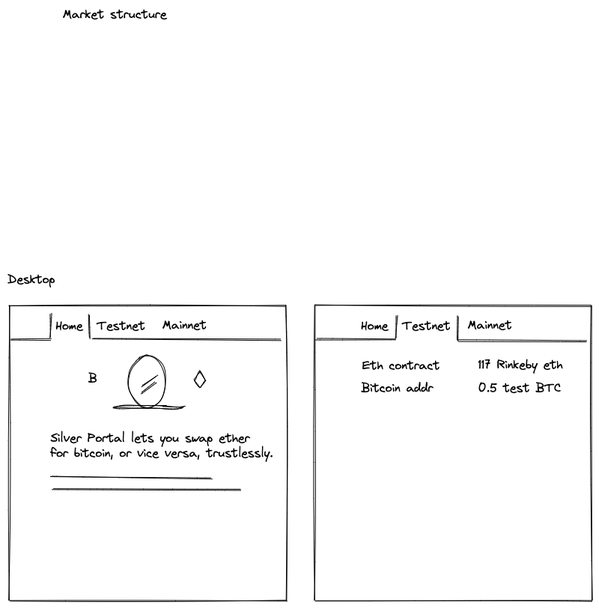
Before: packages/portal-web/www/sketch/wireframes.excalidraw.png, a diagram exported from Excalidraw (dcposch/silverportal). Source tidied: one line per element, renumbered; positions are measured from the earlier drawing's top-left corner, leaving out a move shared by most shapes.
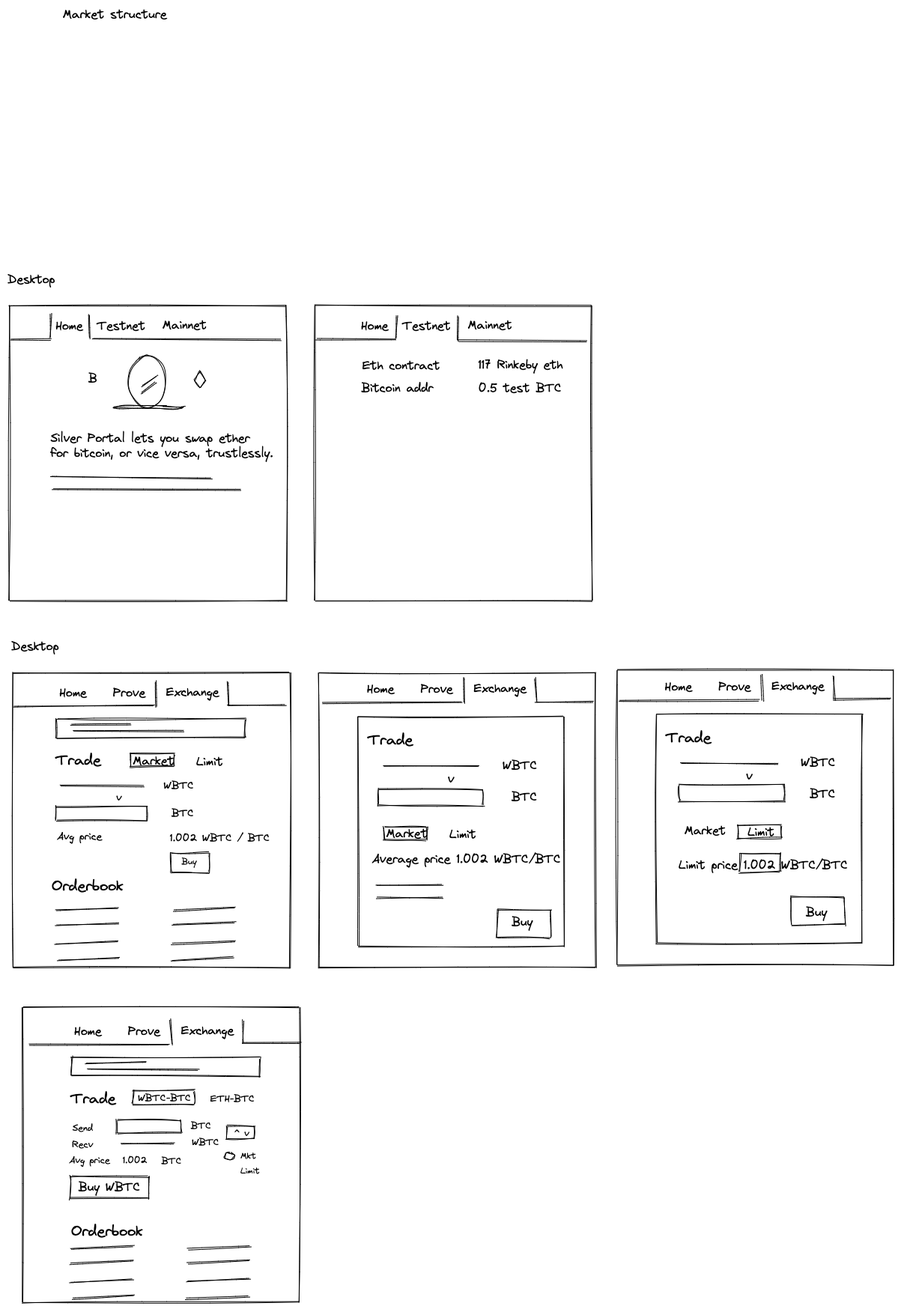
The same file after the commit.

Diff of the diagram source:
```diff
@@ -29,3 +29,122 @@
 {"id": 28, "type": "text", "text": "Bitcoin addr", "strokeColor": "#000000", "strokeWidth": 1, "roughness": 1, "fontSize": 16, "fontFamily": 1, "x": 473, "y": 499, "width": 97, "height": 20}
 {"id": 29, "type": "text", "text": "0.5 test BTC", "strokeColor": "#000000", "strokeWidth": 1, "roughness": 1, "fontSize": 16, "fontFamily": 1, "x": 629, "y": 499, "width": 113, "height": 20}
 {"id": 30, "type": "text", "text": "Market structure", "strokeColor": "#000000", "strokeWidth": 1, "roughness": 1, "fontSize": 16, "fontFamily": 1, "x": 74, "y": 0, "width": 140, "height": 20}
+{"id": 31, "type": "rectangle", "strokeColor": "#000000", "strokeWidth": 1, "roughness": 1, "x": 8, "y": 888, "width": 370, "height": 394}
+{"id": 32, "type": "text", "text": "Desktop", "strokeColor": "#000000", "strokeWidth": 1, "roughness": 1, "fontSize": 16, "fontFamily": 1, "x": 5, "y": 844, "width": 65, "height": 20}
+{"id": 33, "type": "text", "text": "Home", "strokeColor": "#000000", "strokeWidth": 1, "roughness": 1, "fontSize": 16, "fontFamily": 1, "x": 69, "y": 906, "width": 38, "height": 20}
+{"id": 34, "type": "text", "text": "Prove", "strokeColor": "#000000", "strokeWidth": 1, "roughness": 1, "fontSize": 16, "fontFamily": 1, "x": 141, "y": 906, "width": 45, "height": 20}
+{"id": 35, "type": "text", "text": "Exchange", "strokeColor": "#000000", "strokeWidth": 1, "roughness": 1, "fontSize": 16, "fontFamily": 1, "x": 212, "y": 905, "width": 72, "height": 20}
+{"id": 36, "type": "line", "strokeColor": "#000000", "strokeWidth": 1, "roughness": 1, "x": 294, "y": 901, "width": 1, "height": 32, "points": [[0, 0], [1, 32]]}
+{"id": 37, "type": "line", "strokeColor": "#000000", "strokeWidth": 1, "roughness": 1, "x": 294, "y": 932, "width": 77, "height": 1, "points": [[0, 0], [77, -1]]}
+{"id": 38, "type": "line", "strokeColor": "#000000", "strokeWidth": 1, "roughness": 1, "x": 198, "y": 899, "width": 1, "height": 34, "points": [[0, 0], [1, 34]]}
+{"id": 39, "type": "line", "strokeColor": "#000000", "strokeWidth": 1, "roughness": 1, "x": 196, "y": 933, "width": 187, "height": 1, "points": [[0, 0], [-187, 1]]}
+{"id": 40, "type": "rectangle", "strokeColor": "#000000", "strokeWidth": 1, "roughness": 1, "x": 415, "y": 888, "width": 370, "height": 394}
+{"id": 41, "type": "text", "text": "Trade", "strokeColor": "#000000", "strokeWidth": 1, "roughness": 1, "fontSize": 20, "fontFamily": 1, "x": 65, "y": 993, "width": 62, "height": 25}
+{"id": 42, "type": "text", "text": "Orderbook", "strokeColor": "#000000", "strokeWidth": 1, "roughness": 1, "fontSize": 20, "fontFamily": 1, "x": 59, "y": 1161, "width": 97, "height": 25}
+{"id": 43, "type": "line", "strokeColor": "#000000", "strokeWidth": 1, "roughness": 1, "x": 65, "y": 1206, "width": 84, "height": 4, "points": [[0, 0], [84, -4]]}
+{"id": 44, "type": "line", "strokeColor": "#000000", "strokeWidth": 1, "roughness": 1, "x": 64, "y": 1226, "width": 84, "height": 4, "points": [[0, 0], [84, -4]]}
+{"id": 45, "type": "line", "strokeColor": "#000000", "strokeWidth": 1, "roughness": 1, "x": 64, "y": 1251, "width": 84, "height": 4, "points": [[0, 0], [84, -4]]}
+{"id": 46, "type": "line", "strokeColor": "#000000", "strokeWidth": 1, "roughness": 1, "x": 67, "y": 1273, "width": 84, "height": 4, "points": [[0, 0], [84, -4]]}
+{"id": 47, "type": "line", "strokeColor": "#000000", "strokeWidth": 1, "roughness": 1, "x": 221, "y": 1206, "width": 84, "height": 4, "points": [[0, 0], [84, -4]]}
+{"id": 48, "type": "line", "strokeColor": "#000000", "strokeWidth": 1, "roughness": 1, "x": 220, "y": 1226, "width": 84, "height": 4, "points": [[0, 0], [84, -4]]}
+{"id": 49, "type": "line", "strokeColor": "#000000", "strokeWidth": 1, "roughness": 1, "x": 220, "y": 1250, "width": 84, "height": 4, "points": [[0, 0], [84, -4]]}
+{"id": 50, "type": "line", "strokeColor": "#000000", "strokeWidth": 1, "roughness": 1, "x": 219, "y": 1273, "width": 84, "height": 4, "points": [[0, 0], [84, -4]]}
+{"id": 51, "type": "text", "text": "WBTC", "strokeColor": "#000000", "strokeWidth": 1, "roughness": 1, "fontSize": 16, "fontFamily": 1, "x": 661, "y": 1003, "width": 48, "height": 20}
+{"id": 52, "type": "rectangle", "strokeColor": "#000000", "strokeWidth": 1, "roughness": 1, "x": 66, "y": 950, "width": 252, "height": 25}
+{"id": 53, "type": "line", "strokeColor": "#000000", "strokeWidth": 1, "roughness": 1, "x": 84, "y": 959, "width": 80, "height": 2, "points": [[0, 0], [80, -2]]}
+{"id": 54, "type": "line", "strokeColor": "#000000", "strokeWidth": 1, "roughness": 1, "x": 88, "y": 965, "width": 148, "height": 1, "points": [[0, 0], [148, 1]]}
+{"id": 55, "type": "rectangle", "strokeColor": "#000000", "strokeWidth": 1, "roughness": 1, "x": 468, "y": 948, "width": 275, "height": 306}
+{"id": 56, "type": "text", "text": "Trade", "strokeColor": "#000000", "strokeWidth": 1, "roughness": 1, "fontSize": 20, "fontFamily": 1, "x": 481, "y": 966, "width": 62, "height": 25}
+{"id": 57, "type": "text", "text": "v", "strokeColor": "#000000", "strokeWidth": 1, "roughness": 1, "fontSize": 16, "fontFamily": 1, "x": 588, "y": 1021, "width": 10, "height": 20}
+{"id": 58, "type": "rectangle", "strokeColor": "#000000", "strokeWidth": 1, "roughness": 1, "x": 495, "y": 1044, "width": 140, "height": 22}
+{"id": 59, "type": "text", "text": "BTC", "strokeColor": "#000000", "strokeWidth": 1, "roughness": 1, "fontSize": 16, "fontFamily": 1, "x": 673, "y": 1045, "width": 36, "height": 20}
+{"id": 60, "type": "line", "strokeColor": "#000000", "strokeWidth": 1, "roughness": 1, "x": 502, "y": 1013, "width": 128, "height": 0, "points": [[0, 0], [128, 0]]}
+{"id": 61, "type": "text", "text": "Market", "strokeColor": "#000000", "strokeWidth": 1, "roughness": 1, "fontSize": 16, "fontFamily": 1, "x": 506, "y": 1094, "width": 57, "height": 20}
+{"id": 62, "type": "text", "text": "Limit", "strokeColor": "#000000", "strokeWidth": 1, "roughness": 1, "fontSize": 16, "fontFamily": 1, "x": 590, "y": 1095, "width": 37, "height": 20}
+{"id": 63, "type": "rectangle", "strokeColor": "#000000", "strokeWidth": 1, "roughness": 1, "x": 502, "y": 1094, "width": 58, "height": 18}
+{"id": 64, "type": "text", "text": "Average price 1.002 WBTC/BTC", "strokeColor": "#000000", "strokeWidth": 1, "roughness": 1, "fontSize": 16, "fontFamily": 1, "x": 487, "y": 1128, "width": 254, "height": 20}
+{"id": 65, "type": "line", "strokeColor": "#000000", "strokeWidth": 1, "roughness": 1, "x": 492, "y": 1171, "width": 88, "height": 0, "points": [[0, 0], [88, 0]]}
+{"id": 66, "type": "line", "strokeColor": "#000000", "strokeWidth": 1, "roughness": 1, "x": 493, "y": 1189, "width": 88, "height": 0, "points": [[0, 0], [88, 0]]}
+{"id": 67, "type": "text", "text": "Buy", "strokeColor": "#000000", "strokeWidth": 1, "roughness": 1, "fontSize": 16, "fontFamily": 1, "x": 673, "y": 1212, "width": 29, "height": 20}
+{"id": 68, "type": "rectangle", "strokeColor": "#000000", "strokeWidth": 1, "roughness": 1, "x": 654, "y": 1205, "width": 72, "height": 37}
+{"id": 69, "type": "rectangle", "strokeColor": "#000000", "strokeWidth": 1, "roughness": 1, "x": 814, "y": 885, "width": 370, "height": 394}
+{"id": 70, "type": "text", "text": "WBTC", "strokeColor": "#000000", "strokeWidth": 1, "roughness": 1, "fontSize": 16, "fontFamily": 1, "x": 1059, "y": 999, "width": 48, "height": 20}
+{"id": 71, "type": "rectangle", "strokeColor": "#000000", "strokeWidth": 1, "roughness": 1, "x": 866, "y": 944, "width": 275, "height": 306}
+{"id": 72, "type": "text", "text": "Trade", "strokeColor": "#000000", "strokeWidth": 1, "roughness": 1, "fontSize": 20, "fontFamily": 1, "x": 879, "y": 963, "width": 62, "height": 25}
+{"id": 73, "type": "text", "text": "v", "strokeColor": "#000000", "strokeWidth": 1, "roughness": 1, "fontSize": 16, "fontFamily": 1, "x": 986, "y": 1017, "width": 10, "height": 20}
+{"id": 74, "type": "rectangle", "strokeColor": "#000000", "strokeWidth": 1, "roughness": 1, "x": 978, "y": 1130, "width": 54, "height": 25}
+{"id": 75, "type": "text", "text": "BTC", "strokeColor": "#000000", "strokeWidth": 1, "roughness": 1, "fontSize": 16, "fontFamily": 1, "x": 1071, "y": 1041, "width": 36, "height": 20}
+{"id": 76, "type": "line", "strokeColor": "#000000", "strokeWidth": 1, "roughness": 1, "x": 900, "y": 1009, "width": 128, "height": 0, "points": [[0, 0], [128, 0]]}
+{"id": 77, "type": "text", "text": "Market", "strokeColor": "#000000", "strokeWidth": 1, "roughness": 1, "fontSize": 16, "fontFamily": 1, "x": 904, "y": 1090, "width": 57, "height": 20}
+{"id": 78, "type": "text", "text": "Limit", "strokeColor": "#000000", "strokeWidth": 1, "roughness": 1, "fontSize": 16, "fontFamily": 1, "x": 988, "y": 1092, "width": 37, "height": 20}
+{"id": 79, "type": "rectangle", "strokeColor": "#000000", "strokeWidth": 1, "roughness": 1, "x": 975, "y": 1092, "width": 58, "height": 18}
+{"id": 80, "type": "text", "text": "Limit price 1.002 WBTC/BTC", "strokeColor": "#000000", "strokeWidth": 1, "roughness": 1, "fontSize": 16, "fontFamily": 1, "x": 896, "y": 1136, "width": 228, "height": 20}
+{"id": 81, "type": "text", "text": "Buy", "strokeColor": "#000000", "strokeWidth": 1, "roughness": 1, "fontSize": 16, "fontFamily": 1, "x": 1066, "y": 1199, "width": 29, "height": 20}
+{"id": 82, "type": "rectangle", "strokeColor": "#000000", "strokeWidth": 1, "roughness": 1, "x": 1046, "y": 1188, "width": 72, "height": 37}
+{"id": 83, "type": "rectangle", "strokeColor": "#000000", "strokeWidth": 1, "roughness": 1, "x": 897, "y": 1038, "width": 140, "height": 22}
+{"id": 84, "type": "text", "text": "Home", "strokeColor": "#000000", "strokeWidth": 1, "roughness": 1, "fontSize": 16, "fontFamily": 1, "x": 480, "y": 901, "width": 38, "height": 20}
+{"id": 85, "type": "text", "text": "Prove", "strokeColor": "#000000", "strokeWidth": 1, "roughness": 1, "fontSize": 16, "fontFamily": 1, "x": 551, "y": 901, "width": 45, "height": 20}
+{"id": 86, "type": "text", "text": "Exchange", "strokeColor": "#000000", "strokeWidth": 1, "roughness": 1, "fontSize": 16, "fontFamily": 1, "x": 622, "y": 900, "width": 72, "height": 20}
+{"id": 87, "type": "line", "strokeColor": "#000000", "strokeWidth": 1, "roughness": 1, "x": 705, "y": 896, "width": 1, "height": 32, "points": [[0, 0], [1, 32]]}
+{"id": 88, "type": "line", "strokeColor": "#000000", "strokeWidth": 1, "roughness": 1, "x": 705, "y": 927, "width": 77, "height": 1, "points": [[0, 0], [77, -1]]}
+{"id": 89, "type": "line", "strokeColor": "#000000", "strokeWidth": 1, "roughness": 1, "x": 609, "y": 894, "width": 1, "height": 34, "points": [[0, 0], [1, 34]]}
+{"id": 90, "type": "line", "strokeColor": "#000000", "strokeWidth": 1, "roughness": 1, "x": 606, "y": 928, "width": 187, "height": 1, "points": [[0, 0], [-187, 1]]}
+{"id": 91, "type": "text", "text": "Home", "strokeColor": "#000000", "strokeWidth": 1, "roughness": 1, "fontSize": 16, "fontFamily": 1, "x": 878, "y": 898, "width": 38, "height": 20}
+{"id": 92, "type": "text", "text": "Prove", "strokeColor": "#000000", "strokeWidth": 1, "roughness": 1, "fontSize": 16, "fontFamily": 1, "x": 949, "y": 898, "width": 45, "height": 20}
+{"id": 93, "type": "text", "text": "Exchange", "strokeColor": "#000000", "strokeWidth": 1, "roughness": 1, "fontSize": 16, "fontFamily": 1, "x": 1020, "y": 897, "width": 72, "height": 20}
+{"id": 94, "type": "line", "strokeColor": "#000000", "strokeWidth": 1, "roughness": 1, "x": 1103, "y": 892, "width": 1, "height": 32, "points": [[0, 0], [1, 32]]}
+{"id": 95, "type": "line", "strokeColor": "#000000", "strokeWidth": 1, "roughness": 1, "x": 1103, "y": 923, "width": 77, "height": 1, "points": [[0, 0], [77, -1]]}
+{"id": 96, "type": "line", "strokeColor": "#000000", "strokeWidth": 1, "roughness": 1, "x": 1006, "y": 891, "width": 1, "height": 34, "points": [[0, 0], [1, 34]]}
+{"id": 97, "type": "line", "strokeColor": "#000000", "strokeWidth": 1, "roughness": 1, "x": 1004, "y": 925, "width": 187, "height": 1, "points": [[0, 0], [-187, 1]]}
+{"id": 98, "type": "text", "text": "WBTC", "strokeColor": "#000000", "strokeWidth": 1, "roughness": 1, "fontSize": 13.9, "fontFamily": 1, "x": 209, "y": 1031, "width": 42, "height": 17}
+{"id": 99, "type": "text", "text": "v", "strokeColor": "#000000", "strokeWidth": 1, "roughness": 1, "fontSize": 13.9, "fontFamily": 1, "x": 145, "y": 1046, "width": 9, "height": 17}
+{"id": 100, "type": "rectangle", "strokeColor": "#000000", "strokeWidth": 1, "roughness": 1, "x": 64, "y": 1067, "width": 122, "height": 19}
+{"id": 101, "type": "text", "text": "BTC", "strokeColor": "#000000", "strokeWidth": 1, "roughness": 1, "fontSize": 13.9, "fontFamily": 1, "x": 219, "y": 1067, "width": 31, "height": 17}
+{"id": 102, "type": "line", "strokeColor": "#000000", "strokeWidth": 1, "roughness": 1, "x": 70, "y": 1040, "width": 111, "height": 0, "points": [[0, 0], [111, 0]]}
+{"id": 103, "type": "text", "text": "Market", "strokeColor": "#000000", "strokeWidth": 1, "roughness": 1, "fontSize": 16, "fontFamily": 1, "x": 167, "y": 997, "width": 57, "height": 20}
+{"id": 104, "type": "text", "text": "Limit", "strokeColor": "#000000", "strokeWidth": 1, "roughness": 1, "fontSize": 16, "fontFamily": 1, "x": 252, "y": 998, "width": 37, "height": 20}
+{"id": 105, "type": "rectangle", "strokeColor": "#000000", "strokeWidth": 1, "roughness": 1, "x": 164, "y": 997, "width": 58, "height": 18}
+{"id": 106, "type": "text", "text": "Avg price", "strokeColor": "#000000", "strokeWidth": 1, "roughness": 1, "fontSize": 13.74, "fontFamily": 1, "x": 66, "y": 1099, "width": 61, "height": 17}
+{"id": 107, "type": "text", "text": "1.002 WBTC / BTC", "strokeColor": "#000000", "strokeWidth": 1, "roughness": 1, "fontSize": 13.74, "fontFamily": 1, "x": 217, "y": 1101, "width": 135, "height": 17}
+{"id": 108, "type": "text", "text": "Buy", "strokeColor": "#000000", "strokeWidth": 1, "roughness": 1, "fontSize": 11.47, "fontFamily": 1, "x": 232, "y": 1134, "width": 21, "height": 14}
+{"id": 109, "type": "rectangle", "strokeColor": "#000000", "strokeWidth": 1, "roughness": 1, "x": 218, "y": 1129, "width": 51, "height": 26}
+{"id": 110, "type": "rectangle", "strokeColor": "#000000", "strokeWidth": 1, "roughness": 1, "x": 20, "y": 1335, "width": 370, "height": 394}
+{"id": 111, "type": "text", "text": "Home", "strokeColor": "#000000", "strokeWidth": 1, "roughness": 1, "fontSize": 16, "fontFamily": 1, "x": 89, "y": 1358, "width": 38, "height": 20}
+{"id": 112, "type": "text", "text": "Prove", "strokeColor": "#000000", "strokeWidth": 1, "roughness": 1, "fontSize": 16, "fontFamily": 1, "x": 161, "y": 1358, "width": 45, "height": 20}
+{"id": 113, "type": "text", "text": "Exchange", "strokeColor": "#000000", "strokeWidth": 1, "roughness": 1, "fontSize": 16, "fontFamily": 1, "x": 232, "y": 1357, "width": 72, "height": 20}
+{"id": 114, "type": "line", "strokeColor": "#000000", "strokeWidth": 1, "roughness": 1, "x": 314, "y": 1352, "width": 1, "height": 32, "points": [[0, 0], [1, 32]]}
+{"id": 115, "type": "line", "strokeColor": "#000000", "strokeWidth": 1, "roughness": 1, "x": 314, "y": 1383, "width": 77, "height": 1, "points": [[0, 0], [77, -1]]}
+{"id": 116, "type": "line", "strokeColor": "#000000", "strokeWidth": 1, "roughness": 1, "x": 218, "y": 1351, "width": 1, "height": 34, "points": [[0, 0], [1, 34]]}
+{"id": 117, "type": "line", "strokeColor": "#000000", "strokeWidth": 1, "roughness": 1, "x": 216, "y": 1384, "width": 187, "height": 1, "points": [[0, 0], [-187, 1]]}
+{"id": 118, "type": "text", "text": "Trade", "strokeColor": "#000000", "strokeWidth": 1, "roughness": 1, "fontSize": 20, "fontFamily": 1, "x": 84, "y": 1445, "width": 62, "height": 25}
+{"id": 119, "type": "text", "text": "Orderbook", "strokeColor": "#000000", "strokeWidth": 1, "roughness": 1, "fontSize": 20, "fontFamily": 1, "x": 85, "y": 1622, "width": 97, "height": 25}
+{"id": 120, "type": "line", "strokeColor": "#000000", "strokeWidth": 1, "roughness": 1, "x": 84, "y": 1658, "width": 84, "height": 4, "points": [[0, 0], [84, -4]]}
+{"id": 121, "type": "line", "strokeColor": "#000000", "strokeWidth": 1, "roughness": 1, "x": 84, "y": 1678, "width": 84, "height": 4, "points": [[0, 0], [84, -4]]}
+{"id": 122, "type": "line", "strokeColor": "#000000", "strokeWidth": 1, "roughness": 1, "x": 84, "y": 1702, "width": 84, "height": 4, "points": [[0, 0], [84, -4]]}
+{"id": 123, "type": "line", "strokeColor": "#000000", "strokeWidth": 1, "roughness": 1, "x": 86, "y": 1724, "width": 84, "height": 4, "points": [[0, 0], [84, -4]]}
+{"id": 124, "type": "line", "strokeColor": "#000000", "strokeWidth": 1, "roughness": 1, "x": 241, "y": 1657, "width": 84, "height": 4, "points": [[0, 0], [84, -4]]}
+{"id": 125, "type": "line", "strokeColor": "#000000", "strokeWidth": 1, "roughness": 1, "x": 240, "y": 1677, "width": 84, "height": 4, "points": [[0, 0], [84, -4]]}
+{"id": 126, "type": "line", "strokeColor": "#000000", "strokeWidth": 1, "roughness": 1, "x": 240, "y": 1702, "width": 84, "height": 4, "points": [[0, 0], [84, -4]]}
+{"id": 127, "type": "line", "strokeColor": "#000000", "strokeWidth": 1, "roughness": 1, "x": 239, "y": 1724, "width": 84, "height": 4, "points": [[0, 0], [84, -4]]}
+{"id": 128, "type": "rectangle", "strokeColor": "#000000", "strokeWidth": 1, "roughness": 1, "x": 86, "y": 1402, "width": 252, "height": 25}
+{"id": 129, "type": "line", "strokeColor": "#000000", "strokeWidth": 1, "roughness": 1, "x": 104, "y": 1410, "width": 80, "height": 2, "points": [[0, 0], [80, -2]]}
+{"id": 130, "type": "line", "strokeColor": "#000000", "strokeWidth": 1, "roughness": 1, "x": 108, "y": 1417, "width": 148, "height": 1, "points": [[0, 0], [148, 1]]}
+{"id": 131, "type": "rectangle", "strokeColor": "#000000", "strokeWidth": 1, "roughness": 1, "x": 146, "y": 1486, "width": 85, "height": 17}
+{"id": 132, "type": "text", "text": "BTC", "strokeColor": "#000000", "strokeWidth": 1, "roughness": 1, "fontSize": 12.6, "fontFamily": 1, "x": 245, "y": 1486, "width": 28, "height": 16}
+{"id": 133, "type": "text", "text": "WBTC-BTC", "strokeColor": "#000000", "strokeWidth": 1, "roughness": 1, "fontSize": 12.94, "fontFamily": 1, "x": 174, "y": 1449, "width": 72, "height": 16}
+{"id": 134, "type": "text", "text": "ETH-BTC", "strokeColor": "#000000", "strokeWidth": 1, "roughness": 1, "fontSize": 12.94, "fontFamily": 1, "x": 271, "y": 1450, "width": 61, "height": 16}
+{"id": 135, "type": "rectangle", "strokeColor": "#000000", "strokeWidth": 1, "roughness": 1, "x": 168, "y": 1446, "width": 82, "height": 19}
+{"id": 136, "type": "text", "text": "Avg price", "strokeColor": "#000000", "strokeWidth": 1, "roughness": 1, "fontSize": 12.46, "fontFamily": 1, "x": 82, "y": 1533, "width": 55, "height": 15}
+{"id": 137, "type": "text", "text": "1.002", "strokeColor": "#000000", "strokeWidth": 1, "roughness": 1, "fontSize": 12.46, "fontFamily": 1, "x": 154, "y": 1533, "width": 34, "height": 15}
+{"id": 138, "type": "text", "text": "Mkt", "strokeColor": "#000000", "strokeWidth": 1, "roughness": 1, "fontSize": 11.49, "fontFamily": 1, "x": 311, "y": 1527, "width": 22, "height": 15}
+{"id": 139, "type": "text", "text": "Send", "strokeColor": "#000000", "strokeWidth": 1, "roughness": 1, "fontSize": 12.46, "fontFamily": 1, "x": 87, "y": 1489, "width": 28, "height": 15}
+{"id": 140, "type": "text", "text": "BTC", "strokeColor": "#000000", "strokeWidth": 1, "roughness": 1, "fontSize": 12.46, "fontFamily": 1, "x": 206, "y": 1533, "width": 28, "height": 16}
+{"id": 141, "type": "text", "text": "Recv", "strokeColor": "#000000", "strokeWidth": 1, "roughness": 1, "fontSize": 12.46, "fontFamily": 1, "x": 86, "y": 1512, "width": 29, "height": 15}
+{"id": 142, "type": "line", "strokeColor": "#000000", "strokeWidth": 1, "roughness": 1, "x": 151, "y": 1517, "width": 73, "height": 1, "points": [[0, 0], [73, -1]]}
+{"id": 143, "type": "text", "text": "WBTC", "strokeColor": "#000000", "strokeWidth": 1, "roughness": 1, "fontSize": 12.6, "fontFamily": 1, "x": 246, "y": 1508, "width": 38, "height": 16}
+{"id": 144, "type": "text", "text": "^ v", "strokeColor": "#000000", "strokeWidth": 1, "roughness": 1, "fontSize": 12.46, "fontFamily": 1, "x": 303, "y": 1496, "width": 21, "height": 16}
+{"id": 145, "type": "text", "text": "Limit", "strokeColor": "#000000", "strokeWidth": 1, "roughness": 1, "fontSize": 11.49, "fontFamily": 1, "x": 311, "y": 1547, "width": 27, "height": 15}
+{"id": 146, "type": "rectangle", "strokeColor": "#000000", "strokeWidth": 1, "roughness": 1, "x": 293, "y": 1494, "width": 37, "height": 17}
+{"id": 147, "type": "ellipse", "strokeColor": "#000000", "strokeWidth": 1, "roughness": 1, "x": 290, "y": 1530, "width": 13, "height": 9}
+{"id": 148, "type": "rectangle", "strokeColor": "#000000", "strokeWidth": 1, "roughness": 1, "x": 84, "y": 1561, "width": 104, "height": 30}
+{"id": 149, "type": "text", "text": "Buy WBTC", "strokeColor": "#000000", "strokeWidth": 1, "roughness": 1, "fontSize": 16, "fontFamily": 1, "textAlign": "center", "verticalAlign": "middle", "inside": 148, "x": 89, "y": 1566, "width": 94, "height": 20}
```
